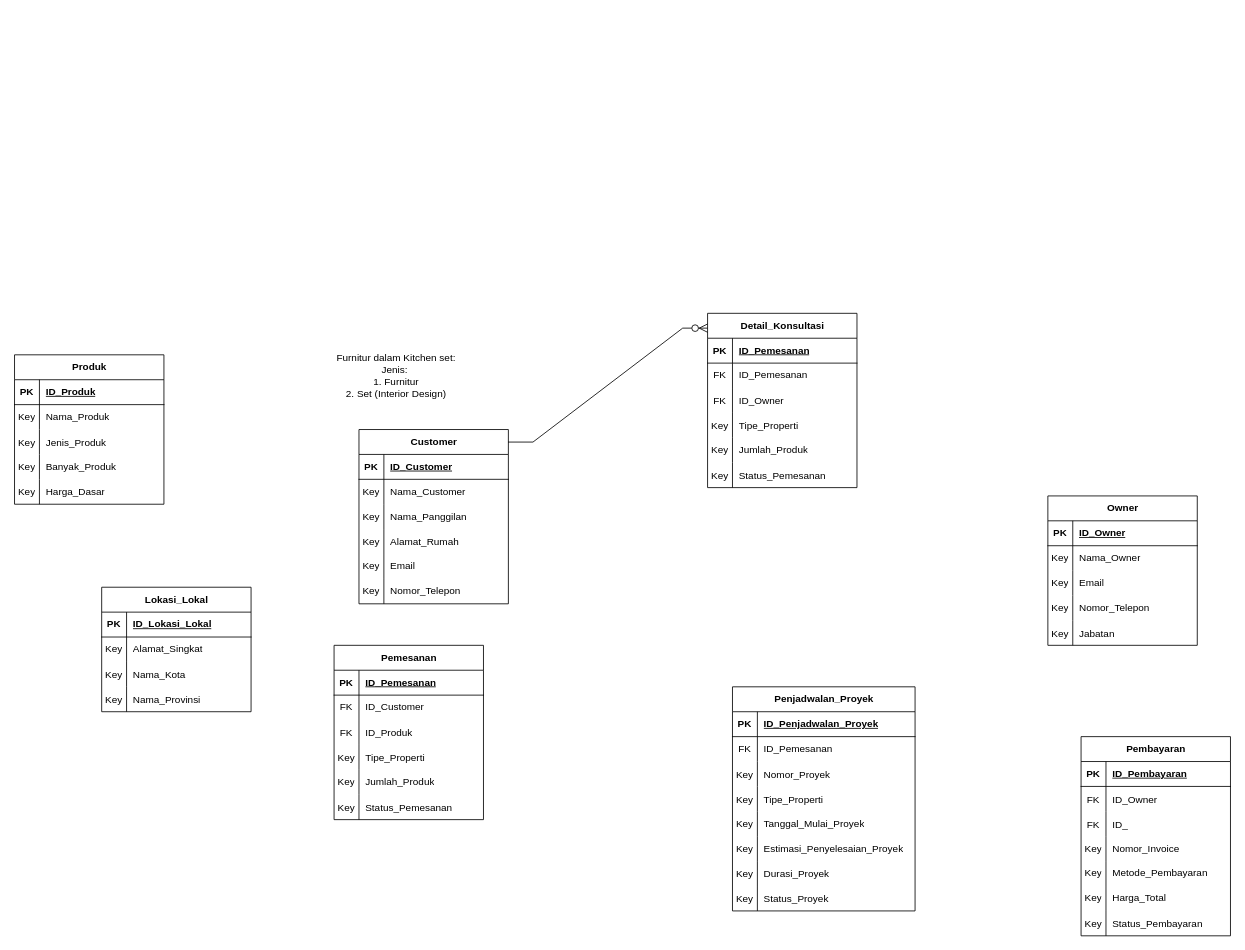
King-Ag-Jv/Project-Atrem keeps this draw.io diagram as sistem-kitchen-set-interior.drawio. Above is the earlier version. Source tidied: cells renumbered, new cells numbered last; positions are measured from the earlier drawing's top-left corner, leaving out a move shared by most shapes. Both pictures are drawn from the tidied source at 83%, with x=0, y=0 at pixel (14, 313).
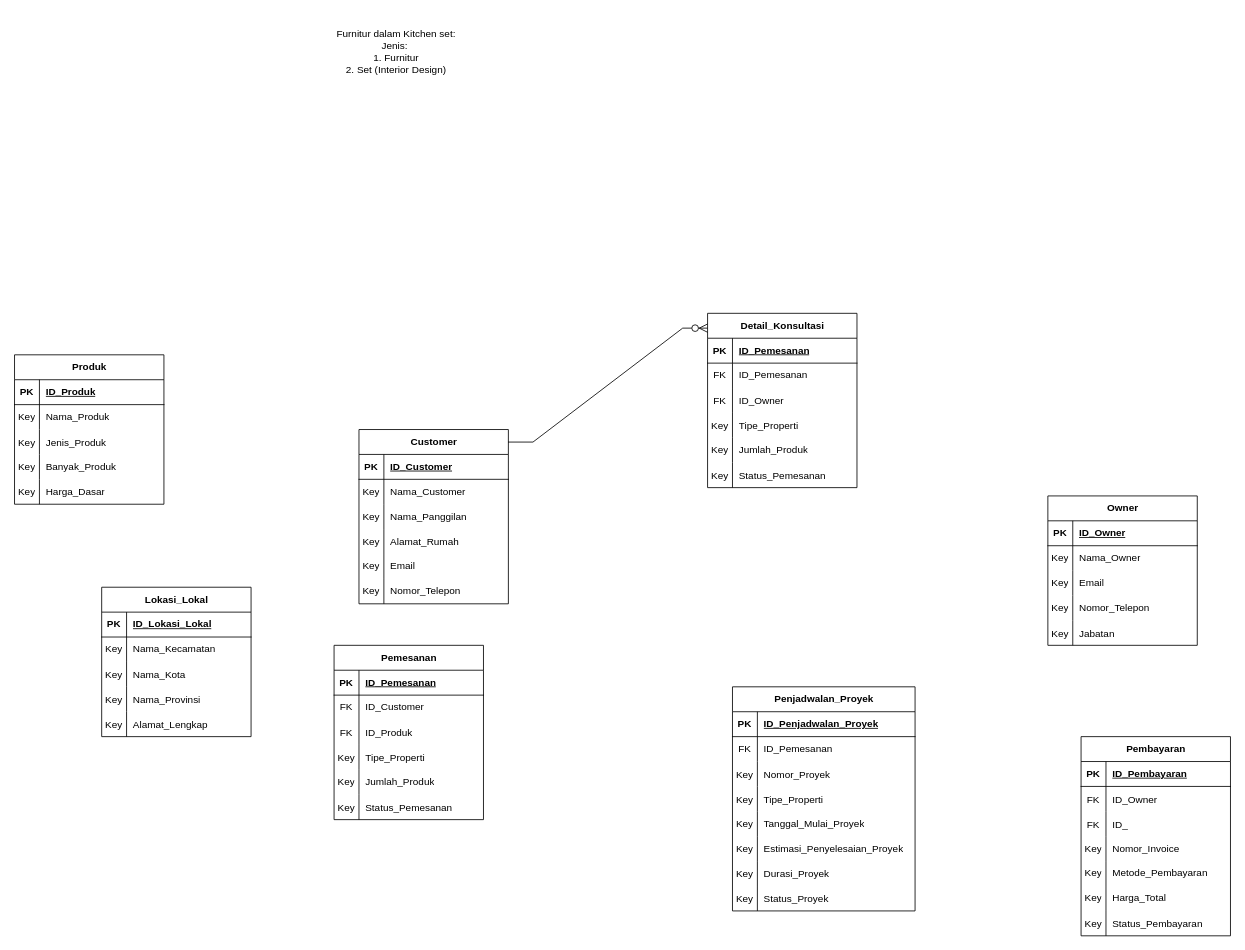
After the change.

Unchanged cells that the change refers to:
```xml
<mxCell id="144" style="shape=tableRow;horizontal=0;startSize=0;swimlaneHead=0;swimlaneBody=0;fillColor=none;top=0;left=0;right=0;bottom=0;" parent="140" vertex="1">
  <mxGeometry y="60" width="180" height="30" as="geometry" />
</mxCell>
```

Diff of the diagram source:
```diff
@@
     <mxCell id="119" value="Furnitur dalam Kitchen set:&lt;div&gt;Jenis:&amp;nbsp;&lt;/div&gt;&lt;div&gt;1. Furnitur&lt;/div&gt;&lt;div&gt;2. Set (Interior Design)&lt;/div&gt;" style="text;html=1;whiteSpace=wrap;strokeColor=none;fillColor=none;align=center;verticalAlign=middle;rounded=0;" parent="1" vertex="1">
-      <mxGeometry x="345" y="30" width="230" height="90" as="geometry" />
+      <mxGeometry x="345" y="-360" width="230" height="90" as="geometry" />
     </mxCell>
@@
     <mxCell id="140" value="Lokasi_Lokal" style="shape=table;startSize=30;childLayout=tableLayout;rowLines=0;fontStyle=1;align=center;html=1;" parent="1" vertex="1">
-      <mxGeometry x="105" y="330" width="180" height="150" as="geometry" />
+      <mxGeometry x="105" y="330" width="180" height="180" as="geometry" />
     </mxCell>
@@
-    <mxCell id="146" value="Alamat_Singkat" style="shape=partialRectangle;fillColor=none;top=0;left=0;bottom=0;right=0;align=left;spacingLeft=6;overflow=hidden;whiteSpace=wrap;html=1;" parent="144" vertex="1">
+    <mxCell id="146" value="Nama_Kecamatan" style="shape=partialRectangle;fillColor=none;top=0;left=0;bottom=0;right=0;align=left;spacingLeft=6;overflow=hidden;whiteSpace=wrap;html=1;" parent="144" vertex="1">
       <mxGeometry x="30" width="150" height="30" as="geometry" />
     </mxCell>
@@
+    <mxCell id="153" style="shape=tableRow;horizontal=0;startSize=0;swimlaneHead=0;swimlaneBody=0;fillColor=none;top=0;left=0;right=0;bottom=0;" parent="140" vertex="1">
+      <mxGeometry y="150" width="180" height="30" as="geometry" />
+    </mxCell>
+    <mxCell id="154" value="Key" style="shape=partialRectangle;fillColor=none;top=0;left=0;bottom=0;right=0;overflow=hidden;" parent="153" vertex="1">
+      <mxGeometry width="30" height="30" as="geometry" />
+    </mxCell>
+    <mxCell id="155" value="Alamat_Lengkap" style="shape=partialRectangle;fillColor=none;top=0;left=0;bottom=0;right=0;align=left;spacingLeft=6;overflow=hidden;" parent="153" vertex="1">
+      <mxGeometry x="30" width="150" height="30" as="geometry" />
+    </mxCell>
```
